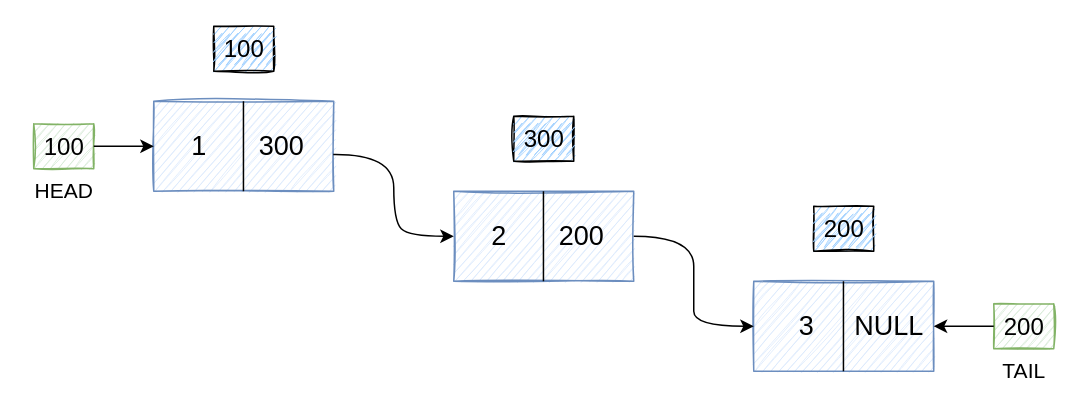
The draw.io diagram docs/docs/LL/img/Untitled Diagram.drawio in AlgoComplete/DSA-Complete, before the edit. Source tidied: cells renumbered, new cells numbered last; positions are measured from the earlier drawing's top-left corner, leaving out a move shared by most shapes. Both pictures are drawn from the tidied source at 150%, with x=0, y=0 at pixel (26, 26).
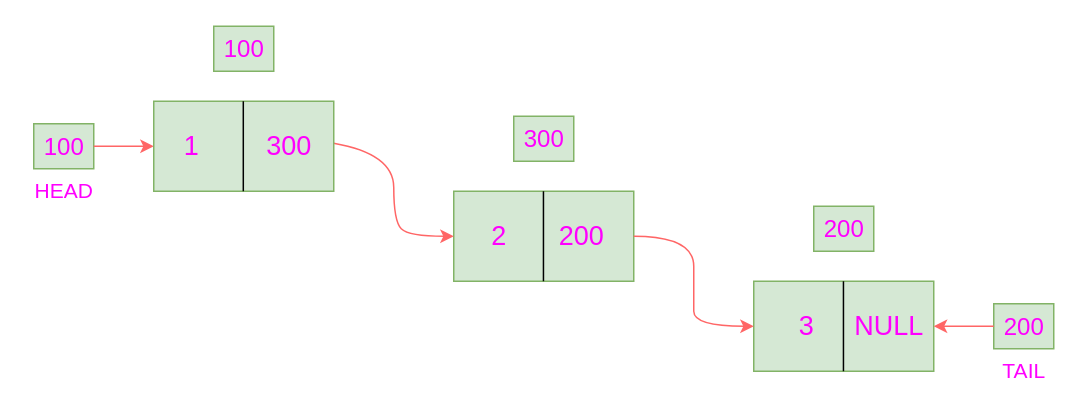
After the change.

What changed in the source:
```diff
@@
-    <mxCell id="2" style="rounded=0;whiteSpace=wrap;html=1;fillColor=#dae8fc;strokeColor=#6c8ebf;glass=0;sketch=1;shadow=0;gradientColor=none;fillStyle=auto;" parent="1" vertex="1">
-      <mxGeometry x="85" y="50" width="120" height="60" as="geometry" />
-    </mxCell>
-    <mxCell id="3" style="rounded=0;whiteSpace=wrap;html=1;fillColor=#dae8fc;strokeColor=#6c8ebf;glass=0;sketch=1;shadow=0;gradientColor=none;fillStyle=auto;" parent="1" vertex="1">
+    <mxCell id="3" style="rounded=0;whiteSpace=wrap;html=1;fillColor=#d5e8d4;strokeColor=#82b366;glass=0;sketch=0;shadow=0;fillStyle=auto;" parent="1" vertex="1">
       <mxGeometry x="285" y="110" width="120" height="60" as="geometry" />
     </mxCell>
-    <mxCell id="4" style="rounded=0;whiteSpace=wrap;html=1;fillColor=#dae8fc;strokeColor=#6c8ebf;glass=0;sketch=1;shadow=0;gradientColor=none;fillStyle=auto;" parent="1" vertex="1">
+    <mxCell id="4" style="rounded=0;whiteSpace=wrap;html=1;fillColor=#d5e8d4;strokeColor=#82b366;glass=0;sketch=0;shadow=0;fillStyle=auto;" parent="1" vertex="1">
       <mxGeometry x="485" y="170" width="120" height="60" as="geometry" />
     </mxCell>
-    <mxCell id="5" style="endArrow=none;html=1;rounded=0;" parent="1" edge="1">
-      <mxGeometry relative="1" as="geometry">
-        <mxPoint x="144.8" y="110" as="sourcePoint" />
-        <mxPoint x="144.8" y="50" as="targetPoint" />
-      </mxGeometry>
-    </mxCell>
@@
-    <mxCell id="8" value="&lt;font style=&quot;font-size: 18px&quot;&gt;1&lt;/font&gt;" style="text;html=1;align=center;verticalAlign=middle;rounded=0;shadow=0;glass=0;sketch=1;fillStyle=auto;" parent="1" vertex="1">
-      <mxGeometry x="100" y="70" width="30" height="20" as="geometry" />
-    </mxCell>
-    <mxCell id="9" value="&lt;font style=&quot;font-size: 18px&quot;&gt;2&lt;/font&gt;" style="text;html=1;align=center;verticalAlign=middle;rounded=0;shadow=0;glass=0;sketch=1;fillStyle=auto;" parent="1" vertex="1">
+    <mxCell id="9" value="&lt;font style=&quot;font-size: 18px&quot; color=&quot;#ff00ff&quot;&gt;2&lt;/font&gt;" style="text;html=1;align=center;verticalAlign=middle;rounded=0;shadow=0;glass=0;sketch=0;fillStyle=auto;fillColor=none;" parent="1" vertex="1">
       <mxGeometry x="300" y="130" width="30" height="20" as="geometry" />
     </mxCell>
-    <mxCell id="10" value="&lt;font style=&quot;font-size: 18px&quot;&gt;3&lt;/font&gt;" style="text;html=1;align=center;verticalAlign=middle;rounded=0;shadow=0;glass=0;sketch=1;fillStyle=auto;" parent="1" vertex="1">
+    <mxCell id="10" value="&lt;font style=&quot;font-size: 18px&quot; color=&quot;#ff00ff&quot;&gt;3&lt;/font&gt;" style="text;html=1;align=center;verticalAlign=middle;rounded=0;shadow=0;glass=0;sketch=0;fillStyle=auto;" parent="1" vertex="1">
       <mxGeometry x="505" y="190" width="30" height="20" as="geometry" />
     </mxCell>
-    <mxCell id="11" value="&lt;font style=&quot;font-size: 18px&quot;&gt;300&lt;/font&gt;" style="text;html=1;align=center;verticalAlign=middle;points=[];rounded=0;shadow=0;glass=0;sketch=1;fillStyle=auto;" parent="1" vertex="1">
-      <mxGeometry x="145" y="70" width="50" height="20" as="geometry" />
-    </mxCell>
-    <mxCell id="12" value="&lt;font style=&quot;font-size: 18px&quot;&gt;200&lt;/font&gt;" style="text;html=1;align=center;verticalAlign=middle;rounded=0;shadow=0;glass=0;sketch=1;fillStyle=auto;" parent="1" vertex="1">
+    <mxCell id="12" value="&lt;font style=&quot;font-size: 18px&quot; color=&quot;#ff00ff&quot;&gt;200&lt;/font&gt;" style="text;html=1;align=center;verticalAlign=middle;rounded=0;shadow=0;glass=0;sketch=0;fillStyle=auto;" parent="1" vertex="1">
       <mxGeometry x="345" y="130" width="50" height="20" as="geometry" />
     </mxCell>
-    <mxCell id="13" value="&lt;font style=&quot;font-size: 18px&quot;&gt;NULL&lt;/font&gt;" style="text;html=1;align=center;verticalAlign=middle;points=[];rounded=0;shadow=0;glass=0;sketch=1;fillStyle=auto;" parent="1" vertex="1">
+    <mxCell id="13" value="&lt;font style=&quot;font-size: 18px&quot; color=&quot;#ff00ff&quot;&gt;NULL&lt;/font&gt;" style="text;html=1;align=center;verticalAlign=middle;points=[];rounded=0;shadow=0;glass=0;sketch=0;fillStyle=auto;fillColor=none;" parent="1" vertex="1">
       <mxGeometry x="545" y="190" width="60" height="20" as="geometry" />
     </mxCell>
-    <mxCell id="14" style="curved=1;endArrow=classic;html=1;rounded=0;fontFamily=Helvetica;fontSize=18;fontColor=default;exitX=0.997;exitY=0.591;exitDx=0;exitDy=0;exitPerimeter=0;entryX=0;entryY=0.5;entryDx=0;entryDy=0;" parent="1" edge="1" source="2" target="3">
+    <mxCell id="14" style="curved=1;endArrow=classic;html=1;rounded=0;fontFamily=Helvetica;fontSize=18;fontColor=default;exitX=1.098;exitY=0.4;exitDx=0;exitDy=0;exitPerimeter=0;entryX=0;entryY=0.5;entryDx=0;entryDy=0;strokeColor=#FF6666;fillColor=#008a00;" parent="1" edge="1" source="11" target="3">
       <mxGeometry relative="1" as="geometry">
         <Array as="points">
           <mxPoint x="245" y="85" />
           <mxPoint x="245" y="130" />
           <mxPoint x="255" y="140" />
         </Array>
       </mxGeometry>
     </mxCell>
-    <mxCell id="15" style="curved=1;endArrow=classic;html=1;rounded=0;fontFamily=Helvetica;fontSize=18;fontColor=default;exitX=1;exitY=0.5;exitDx=0;exitDy=0;entryX=0;entryY=0.5;entryDx=0;entryDy=0;" parent="1" edge="1" source="3" target="4">
+    <mxCell id="15" style="curved=1;endArrow=classic;html=1;rounded=0;fontFamily=Helvetica;fontSize=18;fontColor=default;exitX=1;exitY=0.5;exitDx=0;exitDy=0;entryX=0;entryY=0.5;entryDx=0;entryDy=0;strokeColor=#FF6666;fillColor=#008a00;" parent="1" edge="1" source="3" target="4">
       <mxGeometry relative="1" as="geometry">
         <Array as="points">
           <mxPoint x="445" y="140" />
           <mxPoint x="445" y="180" />
           <mxPoint x="445" y="200" />
         </Array>
       </mxGeometry>
     </mxCell>
-    <mxCell id="16" style="rounded=0;whiteSpace=wrap;html=1;shadow=0;glass=0;sketch=1;fillStyle=auto;fontFamily=Helvetica;fontSize=18;fontColor=default;strokeColor=#82b366;fillColor=#d5e8d4;gradientColor=none;" parent="1" vertex="1">
+    <mxCell id="16" style="rounded=0;whiteSpace=wrap;html=1;shadow=0;glass=0;sketch=0;fillStyle=auto;fontFamily=Helvetica;fontSize=18;strokeColor=#82b366;fillColor=#d5e8d4;" parent="1" vertex="1">
       <mxGeometry x="5" y="65" width="40" height="30" as="geometry" />
     </mxCell>
-    <mxCell id="17" style="rounded=0;whiteSpace=wrap;html=1;shadow=0;glass=0;sketch=1;fillStyle=auto;fontFamily=Helvetica;fontSize=18;fontColor=default;strokeColor=#82b366;fillColor=#d5e8d4;gradientColor=none;" parent="1" vertex="1">
+    <mxCell id="17" style="rounded=0;whiteSpace=wrap;html=1;shadow=0;glass=0;sketch=0;fillStyle=auto;fontFamily=Helvetica;fontSize=18;strokeColor=#82b366;fillColor=#d5e8d4;" parent="1" vertex="1">
       <mxGeometry x="645" y="185" width="40" height="30" as="geometry" />
     </mxCell>
-    <mxCell id="18" style="edgeStyle=orthogonalEdgeStyle;rounded=0;jettySize=auto;html=1;fontFamily=Helvetica;fontSize=14;fontColor=default;" parent="1" edge="1" source="19">
+    <mxCell id="18" style="edgeStyle=orthogonalEdgeStyle;rounded=0;jettySize=auto;html=1;fontFamily=Helvetica;fontSize=14;fontColor=default;strokeColor=#FF6666;fillColor=#008a00;" parent="1" edge="1" source="19">
       <mxGeometry relative="1" as="geometry">
         <mxPoint x="85" y="80" as="targetPoint" />
       </mxGeometry>
     </mxCell>
-    <mxCell id="19" value="&lt;span style=&quot;font-size: 16px&quot;&gt;100&lt;/span&gt;" style="text;html=1;align=center;verticalAlign=middle;points=[];rounded=0;shadow=0;glass=0;sketch=1;fillStyle=auto;" parent="1" vertex="1">
+    <mxCell id="19" value="&lt;span style=&quot;font-size: 16px&quot;&gt;&lt;font color=&quot;#ff00ff&quot;&gt;100&lt;/font&gt;&lt;/span&gt;" style="text;html=1;align=center;verticalAlign=middle;points=[];rounded=0;shadow=0;glass=0;sketch=0;fillStyle=auto;fillColor=none;fontColor=#ffffff;strokeColor=none;" parent="1" vertex="1">
       <mxGeometry x="5" y="70" width="40" height="20" as="geometry" />
     </mxCell>
-    <mxCell id="20" style="edgeStyle=orthogonalEdgeStyle;rounded=0;jettySize=auto;html=1;fontFamily=Helvetica;fontSize=14;fontColor=default;" parent="1" edge="1" source="21" target="13">
+    <mxCell id="20" style="edgeStyle=orthogonalEdgeStyle;rounded=0;jettySize=auto;html=1;fontFamily=Helvetica;fontSize=14;fontColor=default;strokeColor=#FF6666;fillColor=#008a00;" parent="1" edge="1" source="21" target="13">
       <mxGeometry relative="1" as="geometry" />
     </mxCell>
-    <mxCell id="21" value="&lt;span style=&quot;font-size: 16px&quot;&gt;200&lt;/span&gt;" style="text;html=1;align=center;verticalAlign=middle;points=[];rounded=0;shadow=0;glass=0;sketch=1;fillStyle=auto;" parent="1" vertex="1">
+    <mxCell id="21" value="&lt;span style=&quot;font-size: 16px&quot;&gt;&lt;font color=&quot;#ff00ff&quot;&gt;200&lt;/font&gt;&lt;/span&gt;" style="text;html=1;align=center;verticalAlign=middle;points=[];rounded=0;shadow=0;glass=0;sketch=1;fillStyle=auto;fillColor=none;strokeColor=none;" parent="1" vertex="1">
       <mxGeometry x="645" y="190" width="40" height="20" as="geometry" />
     </mxCell>
-    <mxCell id="22" style="rounded=0;whiteSpace=wrap;html=1;shadow=0;glass=0;sketch=1;fillStyle=auto;fontFamily=Helvetica;fontSize=18;fontColor=default;strokeColor=default;fillColor=#99CCFF;gradientColor=none;" parent="1" vertex="1">
+    <mxCell id="22" style="rounded=0;whiteSpace=wrap;html=1;shadow=0;glass=0;sketch=0;fillStyle=auto;fontFamily=Helvetica;fontSize=18;strokeColor=#82b366;fillColor=#d5e8d4;" parent="1" vertex="1">
       <mxGeometry x="125" width="40" height="30" as="geometry" />
     </mxCell>
+    <mxCell id="28" value="&lt;font color=&quot;#ff00ff&quot;&gt;HEAD&lt;/font&gt;" style="text;html=1;align=center;verticalAlign=middle;fillColor=none;strokeColor=none;rounded=0;shadow=0;glass=0;sketch=1;fillStyle=auto;fontFamily=Helvetica;fontSize=14;fontColor=default;" parent="1" vertex="1">
+      <mxGeometry y="100" width="50" height="20" as="geometry" />
+    </mxCell>
+    <mxCell id="30" style="rounded=0;whiteSpace=wrap;html=1;fillColor=#d5e8d4;strokeColor=#82b366;glass=0;sketch=0;shadow=0;fillStyle=auto;" parent="1" vertex="1">
+      <mxGeometry x="85" y="50" width="120" height="60" as="geometry" />
+    </mxCell>
+    <mxCell id="29" value="&lt;font color=&quot;#ff00ff&quot;&gt;TAIL&lt;/font&gt;" style="text;html=1;align=center;verticalAlign=middle;fillColor=none;strokeColor=none;rounded=0;shadow=0;glass=0;sketch=1;fillStyle=auto;fontFamily=Helvetica;fontSize=14;fontColor=default;" parent="1" vertex="1">
+      <mxGeometry x="645" y="220" width="40" height="20" as="geometry" />
+    </mxCell>
+    <mxCell id="5" style="endArrow=none;html=1;rounded=0;" parent="1" edge="1">
+      <mxGeometry relative="1" as="geometry">
+        <mxPoint x="144.7" y="110" as="sourcePoint" />
+        <mxPoint x="144.7" y="50" as="targetPoint" />
+      </mxGeometry>
+    </mxCell>
+    <mxCell id="8" value="&lt;font style=&quot;font-size: 18px&quot; color=&quot;#ff00ff&quot;&gt;1&lt;/font&gt;" style="text;html=1;align=center;verticalAlign=middle;rounded=0;shadow=0;glass=0;sketch=0;fillStyle=auto;" parent="1" vertex="1">
+      <mxGeometry x="95" y="70" width="30" height="20" as="geometry" />
+    </mxCell>
+    <mxCell id="11" value="&lt;font style=&quot;font-size: 18px&quot; color=&quot;#ff00ff&quot;&gt;300&lt;/font&gt;" style="text;html=1;align=center;verticalAlign=middle;points=[];rounded=0;shadow=0;glass=0;sketch=0;fillStyle=auto;" parent="1" vertex="1">
+      <mxGeometry x="150" y="70" width="50" height="20" as="geometry" />
+    </mxCell>
-    <mxCell id="23" value="&lt;span style=&quot;font-size: 16px&quot;&gt;100&lt;/span&gt;" style="text;html=1;align=center;verticalAlign=middle;rounded=0;shadow=0;glass=0;sketch=1;fillStyle=auto;fillColor=#99CCFF;" parent="1" vertex="1">
+    <mxCell id="23" value="&lt;span style=&quot;font-size: 16px&quot;&gt;&lt;font color=&quot;#ff00ff&quot;&gt;100&lt;/font&gt;&lt;/span&gt;" style="text;html=1;align=center;verticalAlign=middle;rounded=0;shadow=0;glass=0;sketch=0;fillStyle=auto;" parent="1" vertex="1">
       <mxGeometry x="125" y="5" width="40" height="20" as="geometry" />
     </mxCell>
-    <mxCell id="24" style="rounded=0;whiteSpace=wrap;html=1;shadow=0;glass=0;sketch=1;fillStyle=auto;fontFamily=Helvetica;fontSize=18;fontColor=default;strokeColor=default;fillColor=#99CCFF;gradientColor=none;" parent="1" vertex="1">
-      <mxGeometry x="325" y="60" width="40" height="30" as="geometry" />
-    </mxCell>
+    <mxCell id="31" style="rounded=0;whiteSpace=wrap;html=1;shadow=0;glass=0;sketch=0;fillStyle=auto;fontFamily=Helvetica;fontSize=18;strokeColor=#82b366;fillColor=#d5e8d4;" parent="1" vertex="1">
+      <mxGeometry x="325" y="60" width="40" height="30" as="geometry" />
+    </mxCell>
-    <mxCell id="25" value="&lt;span style=&quot;font-size: 16px&quot;&gt;300&lt;/span&gt;" style="text;html=1;align=center;verticalAlign=middle;rounded=0;shadow=0;glass=0;sketch=1;fillStyle=auto;fillColor=#99CCFF;" parent="1" vertex="1">
+    <mxCell id="25" value="&lt;span style=&quot;font-size: 16px&quot;&gt;&lt;font color=&quot;#ff00ff&quot;&gt;300&lt;/font&gt;&lt;/span&gt;" style="text;html=1;align=center;verticalAlign=middle;rounded=0;shadow=0;glass=0;sketch=0;fillStyle=auto;" parent="1" vertex="1">
       <mxGeometry x="325" y="65" width="40" height="20" as="geometry" />
     </mxCell>
-    <mxCell id="26" style="rounded=0;whiteSpace=wrap;html=1;shadow=0;glass=0;sketch=1;fillStyle=auto;fontFamily=Helvetica;fontSize=18;fontColor=default;strokeColor=default;fillColor=#99CCFF;gradientColor=none;" parent="1" vertex="1">
-      <mxGeometry x="525" y="120" width="40" height="30" as="geometry" />
-    </mxCell>
+    <mxCell id="32" style="rounded=0;whiteSpace=wrap;html=1;shadow=0;glass=0;sketch=0;fillStyle=auto;fontFamily=Helvetica;fontSize=18;strokeColor=#82b366;fillColor=#d5e8d4;" parent="1" vertex="1">
+      <mxGeometry x="525" y="120" width="40" height="30" as="geometry" />
+    </mxCell>
-    <mxCell id="27" value="&lt;span style=&quot;font-size: 16px&quot;&gt;200&lt;/span&gt;" style="text;html=1;align=center;verticalAlign=middle;rounded=0;shadow=0;glass=0;sketch=1;fillStyle=auto;fillColor=#99CCFF;" parent="1" vertex="1">
+    <mxCell id="27" value="&lt;span style=&quot;font-size: 16px&quot;&gt;&lt;font color=&quot;#ff00ff&quot;&gt;200&lt;/font&gt;&lt;/span&gt;" style="text;html=1;align=center;verticalAlign=middle;rounded=0;shadow=0;glass=0;sketch=0;fillStyle=auto;" parent="1" vertex="1">
       <mxGeometry x="525" y="125" width="40" height="20" as="geometry" />
     </mxCell>
-    <mxCell id="28" value="HEAD" style="text;html=1;align=center;verticalAlign=middle;fillColor=none;strokeColor=none;rounded=0;shadow=0;glass=0;sketch=1;fillStyle=auto;fontFamily=Helvetica;fontSize=14;fontColor=default;" parent="1" vertex="1">
-      <mxGeometry y="100" width="50" height="20" as="geometry" />
-    </mxCell>
-    <mxCell id="29" value="TAIL" style="text;html=1;align=center;verticalAlign=middle;fillColor=none;strokeColor=none;rounded=0;shadow=0;glass=0;sketch=1;fillStyle=auto;fontFamily=Helvetica;fontSize=14;fontColor=default;" parent="1" vertex="1">
-      <mxGeometry x="645" y="220" width="40" height="20" as="geometry" />
-    </mxCell>
```
